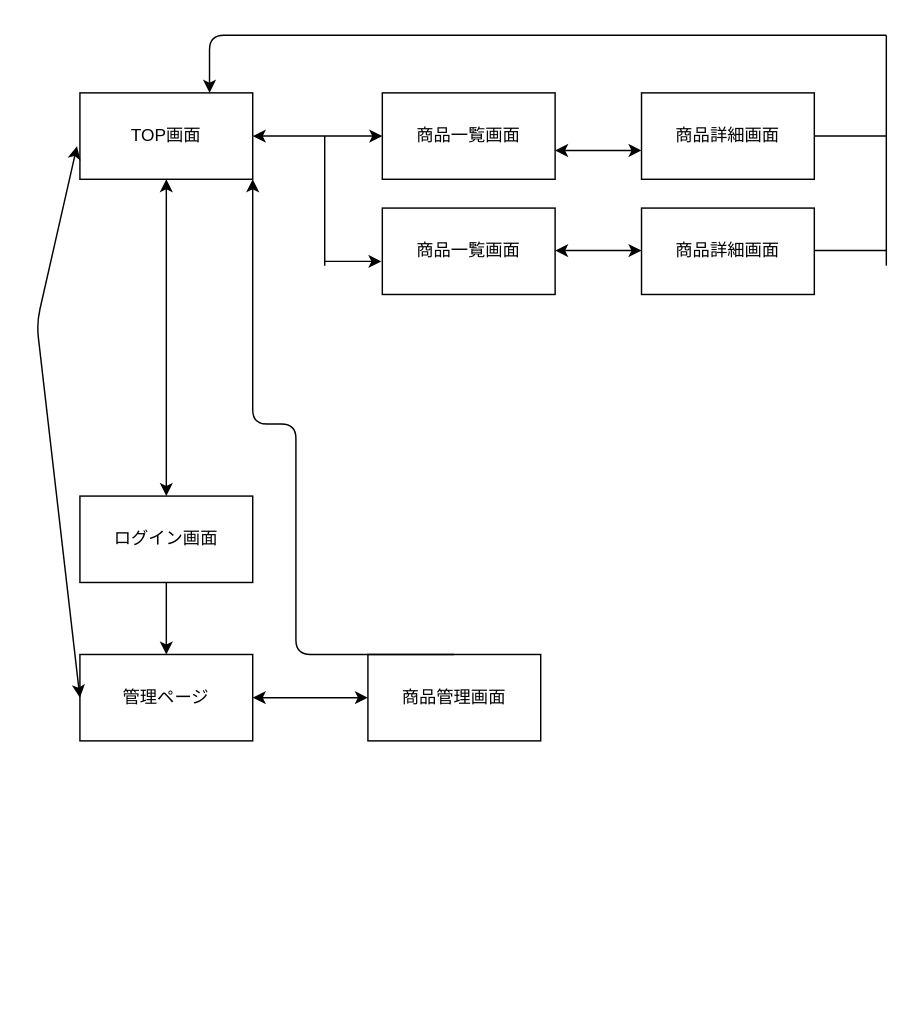
waaawoo/kuriyosi keeps this draw.io diagram as config/Transition.dio. Above is the earlier version. Source tidied: cells renumbered, new cells numbered last; positions are measured from the earlier drawing's top-left corner, leaving out a move shared by most shapes. Both pictures are drawn from the tidied source at 144%, with x=0, y=0 at pixel (36, 35).
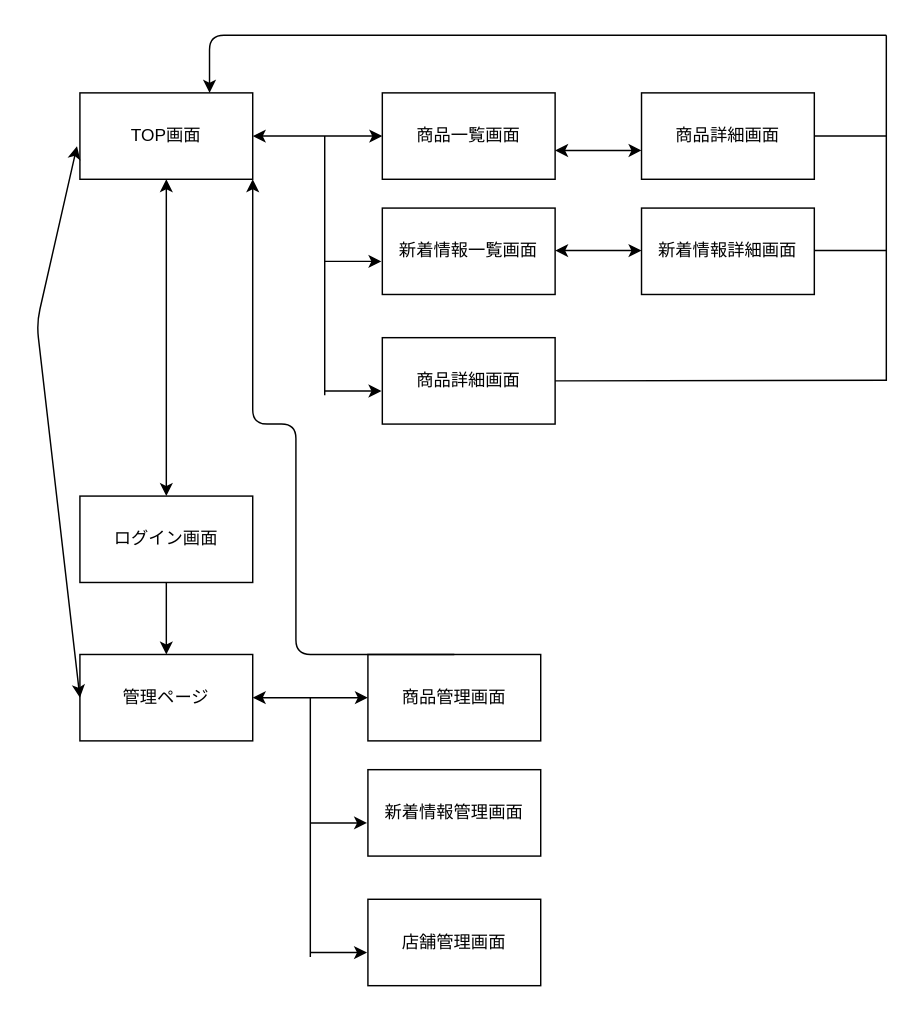
The same diagram, later.

Commit message (it also covers changes not shown here):
README,画面遷移図変更

Change to the diagram source:
```diff
@@
-    <mxCell id="16" value="商品一覧画面" style="rounded=0;whiteSpace=wrap;html=1;" parent="1" vertex="1">
+    <mxCell id="16" value="新着情報一覧画面" style="rounded=0;whiteSpace=wrap;html=1;" parent="1" vertex="1">
       <mxGeometry x="240" y="120" width="120" height="60" as="geometry" />
     </mxCell>
-    <mxCell id="17" value="商品詳細画面" style="rounded=0;whiteSpace=wrap;html=1;" parent="1" vertex="1">
+    <mxCell id="17" value="新着情報詳細画面" style="rounded=0;whiteSpace=wrap;html=1;" parent="1" vertex="1">
       <mxGeometry x="420" y="120" width="120" height="60" as="geometry" />
     </mxCell>
@@
     <mxCell id="19" style="endArrow=none;html=1;" parent="1" edge="1">
       <mxGeometry relative="1" as="geometry">
-        <mxPoint x="590" y="160" as="sourcePoint" />
+        <mxPoint x="590" y="240" as="sourcePoint" />
         <mxPoint x="590" as="targetPoint" />
       </mxGeometry>
     </mxCell>
@@
     <mxCell id="22" style="endArrow=none;html=1;" parent="1" edge="1">
       <mxGeometry relative="1" as="geometry">
-        <mxPoint x="200" y="160" as="sourcePoint" />
+        <mxPoint x="200" y="250" as="sourcePoint" />
         <mxPoint x="200" y="70" as="targetPoint" />
       </mxGeometry>
     </mxCell>
@@
+    <mxCell id="24" value="商品詳細画面" style="rounded=0;whiteSpace=wrap;html=1;" parent="1" vertex="1">
+      <mxGeometry x="240" y="210" width="120" height="60" as="geometry" />
+    </mxCell>
+    <mxCell id="25" style="endArrow=none;html=1;" parent="1" edge="1">
+      <mxGeometry relative="1" as="geometry">
+        <mxPoint x="360" y="240" as="sourcePoint" />
+        <mxPoint x="590" y="239.5" as="targetPoint" />
+      </mxGeometry>
+    </mxCell>
+    <mxCell id="26" style="endArrow=classic;html=1;entryX=-0.005;entryY=0.617;entryDx=0;entryDy=0;entryPerimeter=0;" parent="1" edge="1" target="24">
+      <mxGeometry relative="1" as="geometry">
+        <mxPoint x="200" y="247" as="sourcePoint" />
+      </mxGeometry>
+    </mxCell>
+    <mxCell id="27" value="新着情報管理画面" style="rounded=0;whiteSpace=wrap;html=1;" parent="1" vertex="1">
+      <mxGeometry x="230" y="510" width="120" height="60" as="geometry" />
+    </mxCell>
+    <mxCell id="28" value="店舗管理画面" style="rounded=0;whiteSpace=wrap;html=1;" parent="1" vertex="1">
+      <mxGeometry x="230" y="600" width="120" height="60" as="geometry" />
+    </mxCell>
+    <mxCell id="29" style="endArrow=none;html=1;" parent="1" edge="1">
+      <mxGeometry relative="1" as="geometry">
+        <mxPoint x="190" y="640" as="sourcePoint" />
+        <mxPoint x="190" y="460" as="targetPoint" />
+      </mxGeometry>
+    </mxCell>
+    <mxCell id="30" style="endArrow=classic;html=1;entryX=-0.005;entryY=0.617;entryDx=0;entryDy=0;entryPerimeter=0;" parent="1" edge="1">
+      <mxGeometry relative="1" as="geometry">
+        <mxPoint x="190" y="547" as="sourcePoint" />
+        <mxPoint x="229.4" y="547" as="targetPoint" />
+      </mxGeometry>
+    </mxCell>
+    <mxCell id="31" style="endArrow=classic;html=1;entryX=-0.005;entryY=0.617;entryDx=0;entryDy=0;entryPerimeter=0;" parent="1" edge="1">
+      <mxGeometry relative="1" as="geometry">
+        <mxPoint x="190" y="637" as="sourcePoint" />
+        <mxPoint x="229.4" y="637" as="targetPoint" />
+      </mxGeometry>
+    </mxCell>
```
